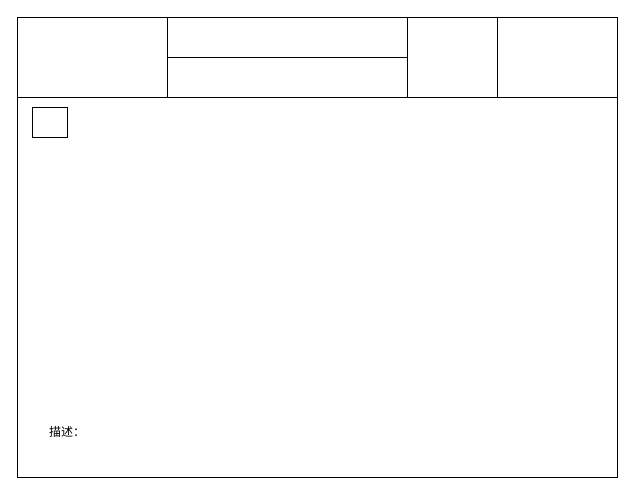
Earlier version of the draw.io diagram page "享元模式" (22 of 23) of 设计模式/设计模式.drawio (damaoguo/Architect). Source tidied: cells renumbered, new cells numbered last; positions are measured from the earlier drawing's top-left corner, leaving out a move shared by most shapes. Both pictures are drawn from the tidied source at 100%, with x=0, y=0 at pixel (17, 17).
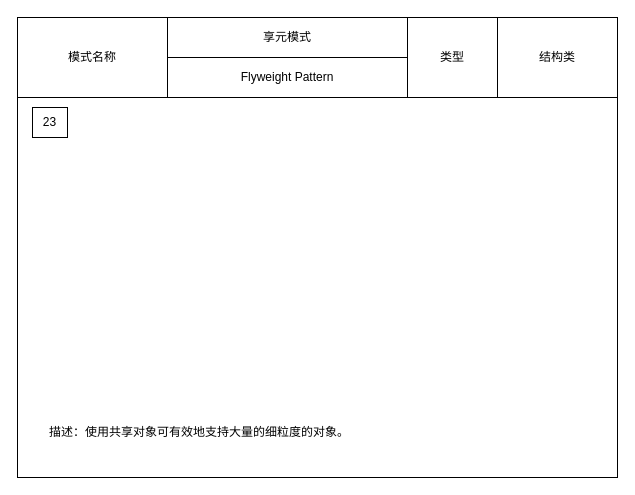
Above is the later version.

Diff of the diagram source:
```diff
@@
 <mxGraphModel>
   <root>
     <mxCell id="0" />
     <mxCell id="1" parent="0" />
     <mxCell id="2" style="group;" parent="1" vertex="1">
       <mxGeometry width="600" height="460" as="geometry" />
     </mxCell>
     <mxCell id="3" style="rounded=0;whiteSpace=wrap;html=1;" parent="2" vertex="1">
       <mxGeometry width="600" height="460" as="geometry" />
     </mxCell>
     <mxCell id="4" style="rounded=0;whiteSpace=wrap;html=1;" parent="2" vertex="1">
       <mxGeometry y="80" width="600" height="380" as="geometry" />
     </mxCell>
-    <mxCell id="5" style="rounded=0;whiteSpace=wrap;html=1;" parent="2" vertex="1">
+    <mxCell id="5" value="模式名称" style="rounded=0;whiteSpace=wrap;html=1;" parent="2" vertex="1">
       <mxGeometry width="150" height="80" as="geometry" />
     </mxCell>
-    <mxCell id="6" style="rounded=0;whiteSpace=wrap;html=1;" parent="2" vertex="1">
+    <mxCell id="6" value="享元模式" style="rounded=0;whiteSpace=wrap;html=1;" parent="2" vertex="1">
       <mxGeometry x="150" width="240" height="40" as="geometry" />
     </mxCell>
-    <mxCell id="7" style="rounded=0;whiteSpace=wrap;html=1;" parent="2" vertex="1">
+    <mxCell id="7" value="Flyweight Pattern" style="rounded=0;whiteSpace=wrap;html=1;" parent="2" vertex="1">
       <mxGeometry x="150" y="40" width="240" height="40" as="geometry" />
     </mxCell>
-    <mxCell id="8" style="rounded=0;whiteSpace=wrap;html=1;" parent="2" vertex="1">
+    <mxCell id="8" value="类型" style="rounded=0;whiteSpace=wrap;html=1;" parent="2" vertex="1">
       <mxGeometry x="390" width="90" height="80" as="geometry" />
     </mxCell>
-    <mxCell id="9" style="rounded=0;whiteSpace=wrap;html=1;" parent="2" vertex="1">
+    <mxCell id="9" value="23" style="rounded=0;whiteSpace=wrap;html=1;" parent="2" vertex="1">
       <mxGeometry x="15" y="90" width="35" height="30" as="geometry" />
     </mxCell>
-    <mxCell id="10" value="描述：" style="text;html=1;strokeColor=none;fillColor=none;align=left;verticalAlign=middle;whiteSpace=wrap;rounded=0;" parent="2" vertex="1">
+    <mxCell id="10" value="描述：使用共享对象可有效地支持大量的细粒度的对象。" style="text;html=1;strokeColor=none;fillColor=none;align=left;verticalAlign=middle;whiteSpace=wrap;rounded=0;" parent="2" vertex="1">
       <mxGeometry x="30" y="400" width="540" height="30" as="geometry" />
     </mxCell>
+    <mxCell id="11" value="结构类" style="rounded=0;whiteSpace=wrap;html=1;" parent="2" vertex="1">
+      <mxGeometry x="480" width="120" height="80" as="geometry" />
+    </mxCell>
   </root>
 </mxGraphModel>
```
